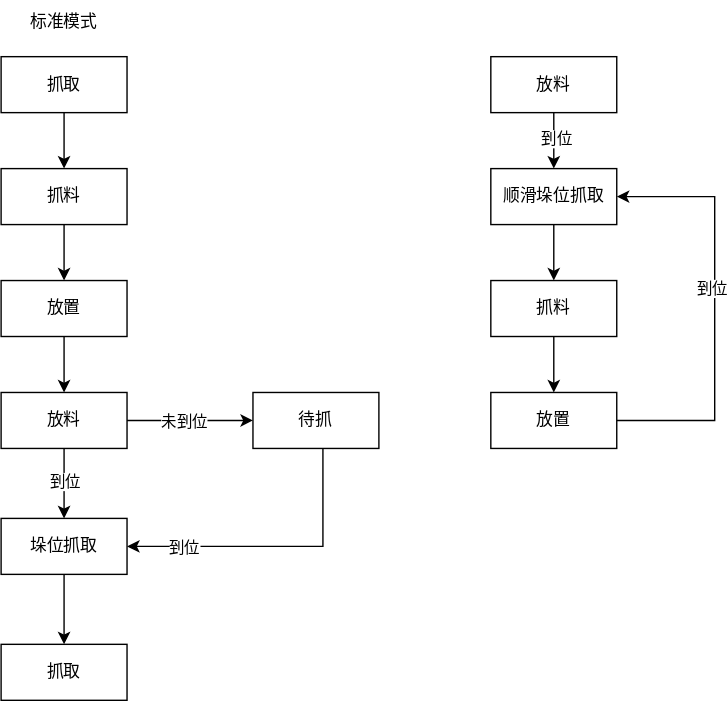
Above: drawio/易码流程图.svg in Stolorzs/Picgo (draw.io), before the change. Source tidied: cells renumbered, new cells last; positions are measured from the earlier drawing's top-left corner, leaving out a move shared by most shapes.
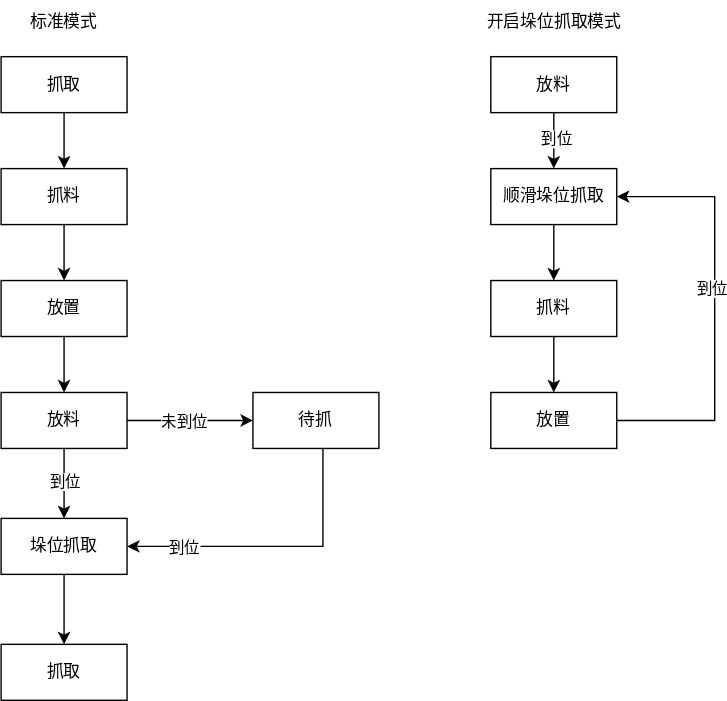
Above is the later version.

Commit message:
更新易码流程图.svg

Diff of the diagram source:
```diff
@@ -101,5 +101,8 @@
     <mxCell id="29" value="放置" style="rounded=0;whiteSpace=wrap;html=1;" parent="1" vertex="1">
       <mxGeometry x="350" y="280" width="90" height="40" as="geometry" />
     </mxCell>
+    <mxCell id="30" value="开启垛位抓取模式" style="text;html=1;align=center;verticalAlign=middle;whiteSpace=wrap;rounded=0;" parent="1" vertex="1">
+      <mxGeometry x="342.5" width="105" height="30" as="geometry" />
+    </mxCell>
   </root>
 </mxGraphModel>
```
